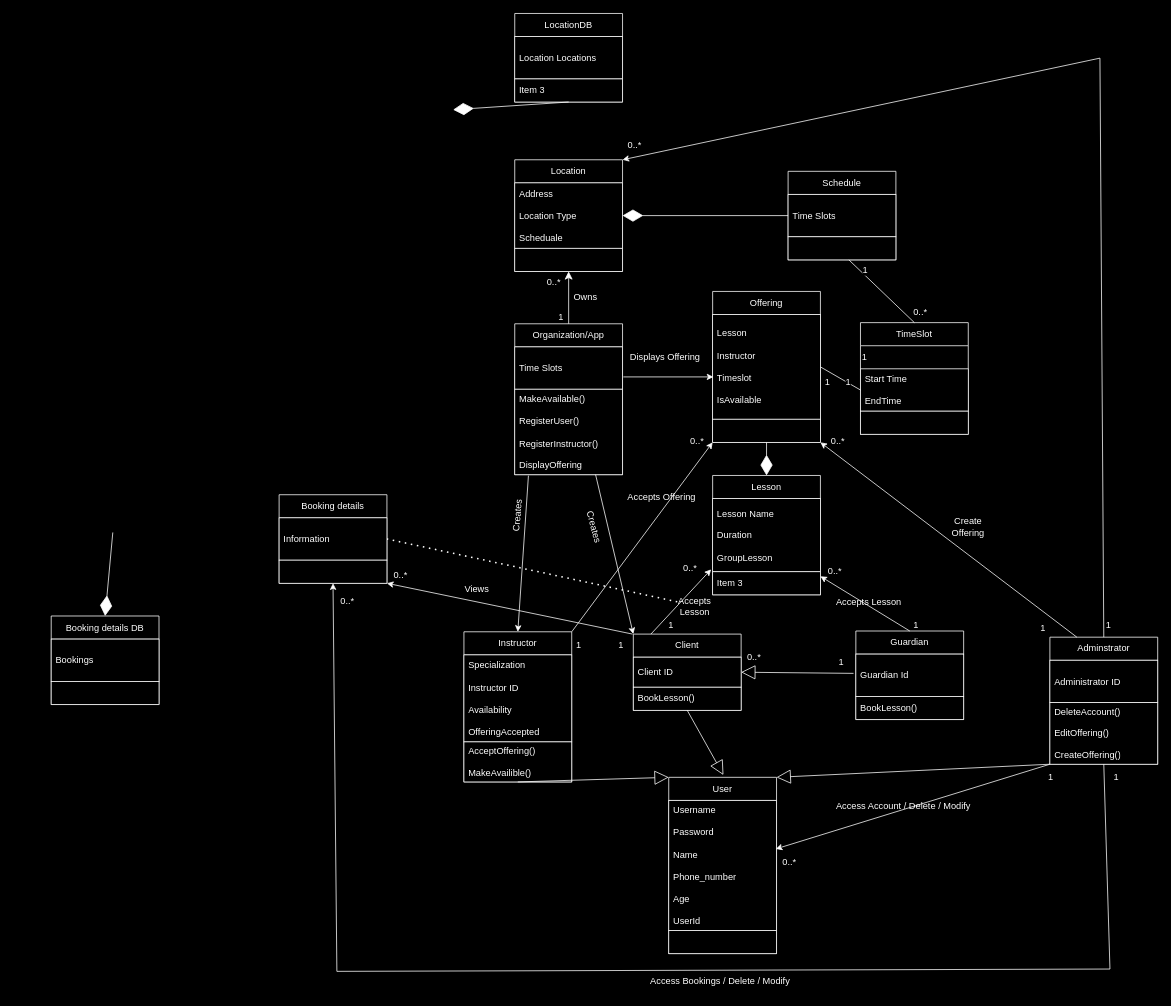
The draw.io diagram Use Case 1/class_diagram.drawio in matdavid7272/342project, before the edit. Source tidied: cells renumbered, new cells numbered last; positions are measured from the earlier drawing's top-left corner, leaving out a move shared by most shapes. Both pictures are drawn from the tidied source at 77%, with x=0, y=0 at pixel (51, 13).
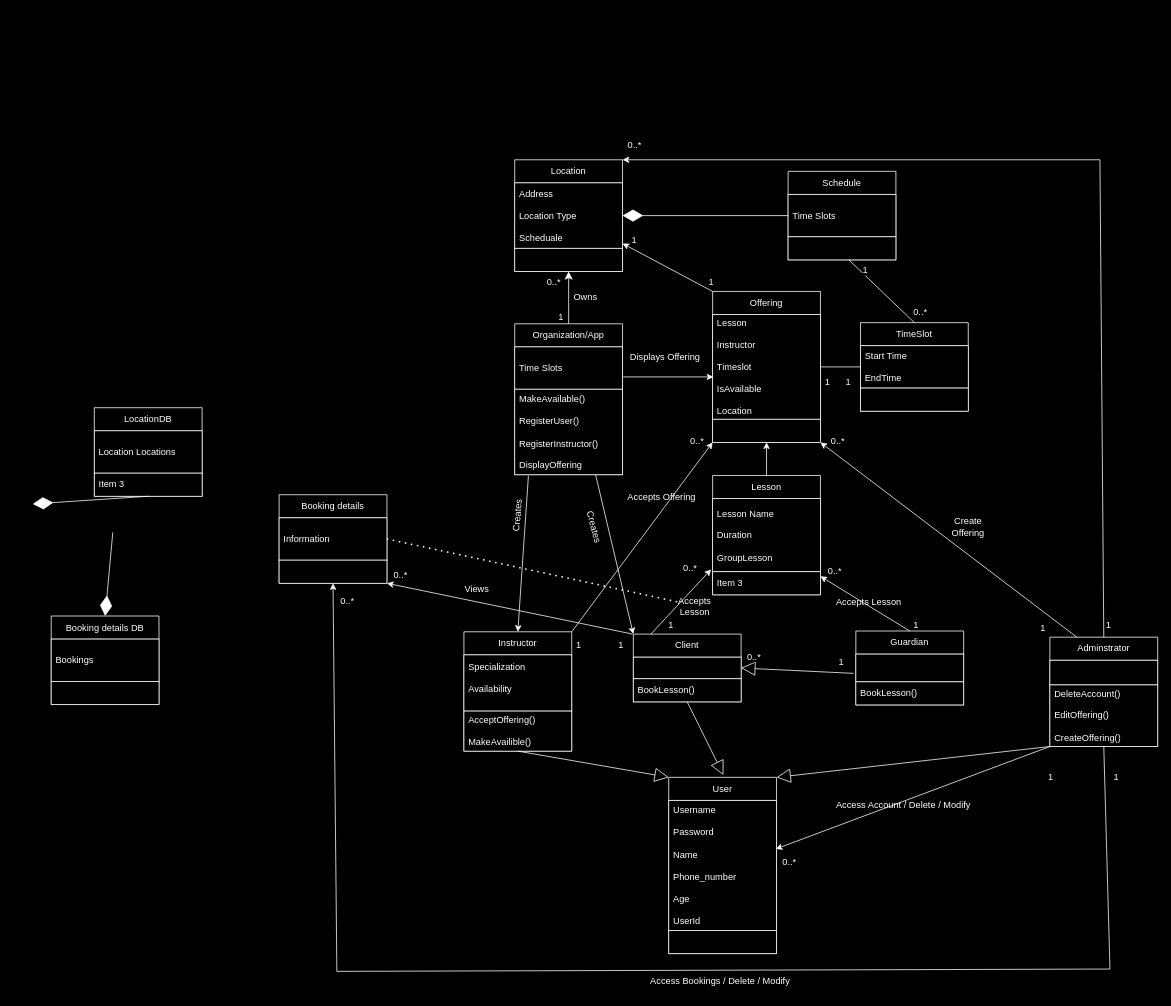
After the change.

Unchanged cells that the change refers to:
```xml
<mxCell id="20" value="&lt;font color=&quot;#ffffff&quot;&gt;Location&lt;/font&gt;" style="swimlane;fontStyle=0;horizontal=1;startSize=30;whiteSpace=wrap;html=1;strokeColor=#FFFFFF;fillColor=#000000;" parent="1" vertex="1">
  <mxGeometry x="602" y="190" width="140" height="145" as="geometry" />
</mxCell>
<mxCell id="41" value="&lt;font color=&quot;#ffffff&quot;&gt;Offering&lt;/font&gt;" style="swimlane;fontStyle=0;horizontal=1;startSize=30;whiteSpace=wrap;html=1;strokeColor=#FFFFFF;fillColor=#000000;" parent="1" vertex="1">
  <mxGeometry x="859" y="361" width="140" height="196" as="geometry" />
</mxCell>
<mxCell id="46" value="&lt;font color=&quot;#ffffff&quot;&gt;Lesson&lt;/font&gt;" style="swimlane;fontStyle=0;horizontal=1;startSize=30;whiteSpace=wrap;html=1;strokeColor=#FFFFFF;fillColor=#000000;" parent="1" vertex="1">
  <mxGeometry x="859" y="600" width="140" height="155" as="geometry" />
</mxCell>
```

Diff of the diagram source:
```diff
@@
     <mxCell id="5" value="&lt;font color=&quot;#ffffff&quot;&gt;Client&lt;/font&gt;" style="swimlane;fontStyle=0;horizontal=1;startSize=30;whiteSpace=wrap;html=1;strokeColor=#FFFFFF;fillColor=#000000;" parent="1" vertex="1">
-      <mxGeometry x="756" y="806" width="140" height="99" as="geometry" />
+      <mxGeometry x="756" y="806" width="140" height="88" as="geometry" />
     </mxCell>
-    <mxCell id="6" value="&lt;font color=&quot;#ffffff&quot;&gt;Client ID&lt;/font&gt;" style="text;strokeColor=#FFFFFF;fillColor=#000000;align=left;verticalAlign=middle;spacingLeft=4;spacingRight=4;overflow=hidden;whiteSpace=wrap;html=1;" parent="5" vertex="1">
-      <mxGeometry y="30" width="140" height="39" as="geometry" />
+    <mxCell id="6" style="text;strokeColor=#FFFFFF;fillColor=#000000;align=left;verticalAlign=middle;spacingLeft=4;spacingRight=4;overflow=hidden;whiteSpace=wrap;html=1;" parent="5" vertex="1">
+      <mxGeometry y="30" width="140" height="28" as="geometry" />
     </mxCell>
     <mxCell id="7" value="&lt;font style=&quot;background-color: rgb(0, 0, 0);&quot; color=&quot;#ffffff&quot;&gt;BookLesson()&lt;/font&gt;" style="text;strokeColor=#FFFFFF;fillColor=#000000;align=left;verticalAlign=middle;spacingLeft=4;spacingRight=4;overflow=hidden;whiteSpace=wrap;html=1;" parent="5" vertex="1">
-      <mxGeometry y="69" width="140" height="30" as="geometry" />
+      <mxGeometry y="58" width="140" height="30" as="geometry" />
     </mxCell>
@@
     <mxCell id="9" value="&lt;font color=&quot;#ffffff&quot;&gt;Instructor&lt;/font&gt;" style="swimlane;fontStyle=0;horizontal=1;startSize=30;whiteSpace=wrap;html=1;strokeColor=#FFFFFF;fillColor=#000000;" parent="1" vertex="1">
-      <mxGeometry x="536" y="803" width="140" height="195" as="geometry" />
+      <mxGeometry x="536" y="803" width="140" height="155" as="geometry" />
     </mxCell>
-    <mxCell id="10" value="&lt;font color=&quot;#ffffff&quot;&gt;Specialization&lt;/font&gt;&lt;div&gt;&lt;font color=&quot;#ffffff&quot;&gt;&lt;br&gt;&lt;/font&gt;&lt;/div&gt;&lt;div&gt;&lt;font color=&quot;#ffffff&quot;&gt;Instructor ID&lt;/font&gt;&lt;/div&gt;&lt;div&gt;&lt;font color=&quot;#ffffff&quot;&gt;&lt;br&gt;&lt;/font&gt;&lt;/div&gt;&lt;div&gt;&lt;font color=&quot;#ffffff&quot;&gt;Availability&lt;/font&gt;&lt;/div&gt;&lt;div&gt;&lt;font color=&quot;#ffffff&quot;&gt;&lt;br&gt;&lt;/font&gt;&lt;/div&gt;&lt;div&gt;&lt;font color=&quot;#ffffff&quot;&gt;OfferingAccepted&lt;/font&gt;&lt;/div&gt;" style="text;strokeColor=#FFFFFF;fillColor=#000000;align=left;verticalAlign=middle;spacingLeft=4;spacingRight=4;overflow=hidden;whiteSpace=wrap;html=1;" parent="9" vertex="1">
-      <mxGeometry y="30" width="140" height="113" as="geometry" />
+    <mxCell id="10" value="&lt;font color=&quot;#ffffff&quot;&gt;Specialization&lt;/font&gt;&lt;div&gt;&lt;font color=&quot;#ffffff&quot;&gt;&lt;br&gt;&lt;/font&gt;&lt;/div&gt;&lt;div&gt;&lt;font color=&quot;#ffffff&quot;&gt;Availability&lt;/font&gt;&lt;/div&gt;&lt;div&gt;&lt;br&gt;&lt;/div&gt;" style="text;strokeColor=#FFFFFF;fillColor=#000000;align=left;verticalAlign=middle;spacingLeft=4;spacingRight=4;overflow=hidden;whiteSpace=wrap;html=1;" parent="9" vertex="1">
+      <mxGeometry y="30" width="140" height="73" as="geometry" />
     </mxCell>
     <mxCell id="11" value="&lt;font style=&quot;background-color: rgb(0, 0, 0);&quot; color=&quot;#ffffff&quot;&gt;AcceptOffering()&lt;/font&gt;&lt;div&gt;&lt;font style=&quot;background-color: rgb(0, 0, 0);&quot; color=&quot;#ffffff&quot;&gt;&lt;br&gt;&lt;/font&gt;&lt;/div&gt;&lt;div&gt;&lt;font style=&quot;background-color: rgb(0, 0, 0);&quot; color=&quot;#ffffff&quot;&gt;MakeAvailible()&lt;/font&gt;&lt;/div&gt;" style="text;strokeColor=#FFFFFF;fillColor=#000000;align=left;verticalAlign=middle;spacingLeft=4;spacingRight=4;overflow=hidden;whiteSpace=wrap;html=1;" parent="9" vertex="1">
-      <mxGeometry y="143" width="140" height="52" as="geometry" />
+      <mxGeometry y="103" width="140" height="52" as="geometry" />
     </mxCell>
@@
     <mxCell id="13" value="&lt;font color=&quot;#ffffff&quot;&gt;Adminstrator&lt;/font&gt;" style="swimlane;fontStyle=0;horizontal=1;startSize=30;whiteSpace=wrap;html=1;strokeColor=#FFFFFF;fillColor=#000000;" parent="1" vertex="1">
-      <mxGeometry x="1297" y="810" width="140" height="165" as="geometry" />
+      <mxGeometry x="1297" y="810" width="140" height="142" as="geometry" />
     </mxCell>
-    <mxCell id="14" value="&lt;font color=&quot;#ffffff&quot;&gt;Administrator ID&lt;/font&gt;" style="text;strokeColor=#FFFFFF;fillColor=#000000;align=left;verticalAlign=middle;spacingLeft=4;spacingRight=4;overflow=hidden;whiteSpace=wrap;html=1;" parent="13" vertex="1">
-      <mxGeometry y="30" width="140" height="55" as="geometry" />
+    <mxCell id="14" style="text;strokeColor=#FFFFFF;fillColor=#000000;align=left;verticalAlign=middle;spacingLeft=4;spacingRight=4;overflow=hidden;whiteSpace=wrap;html=1;" parent="13" vertex="1">
+      <mxGeometry y="30" width="140" height="32" as="geometry" />
     </mxCell>
     <mxCell id="15" value="&lt;font style=&quot;background-color: rgb(0, 0, 0);&quot; color=&quot;#ffffff&quot;&gt;DeleteAccount()&lt;/font&gt;&lt;div&gt;&lt;font style=&quot;background-color: rgb(0, 0, 0);&quot; color=&quot;#ffffff&quot;&gt;&lt;br&gt;&lt;/font&gt;&lt;/div&gt;&lt;div&gt;&lt;font style=&quot;background-color: rgb(0, 0, 0);&quot; color=&quot;#ffffff&quot;&gt;EditOffering()&lt;/font&gt;&lt;/div&gt;&lt;div&gt;&lt;font style=&quot;background-color: rgb(0, 0, 0);&quot; color=&quot;#ffffff&quot;&gt;&lt;br&gt;&lt;/font&gt;&lt;/div&gt;&lt;div&gt;&lt;font style=&quot;background-color: rgb(0, 0, 0);&quot; color=&quot;#ffffff&quot;&gt;CreateOffering()&lt;/font&gt;&lt;/div&gt;" style="text;strokeColor=#FFFFFF;fillColor=#000000;align=left;verticalAlign=middle;spacingLeft=4;spacingRight=4;overflow=hidden;whiteSpace=wrap;html=1;" parent="13" vertex="1">
-      <mxGeometry y="85" width="140" height="80" as="geometry" />
+      <mxGeometry y="62" width="140" height="80" as="geometry" />
     </mxCell>
@@
     <mxCell id="17" value="&lt;font color=&quot;#ffffff&quot;&gt;Guardian&lt;/font&gt;" style="swimlane;fontStyle=0;horizontal=1;startSize=30;whiteSpace=wrap;html=1;strokeColor=#FFFFFF;fillColor=#000000;" parent="1" vertex="1">
-      <mxGeometry x="1045" y="802" width="140" height="115" as="geometry" />
+      <mxGeometry x="1045" y="802" width="140" height="96" as="geometry" />
     </mxCell>
-    <mxCell id="18" value="&lt;font color=&quot;#ffffff&quot;&gt;Guardian Id&lt;/font&gt;" style="text;strokeColor=#FFFFFF;fillColor=#000000;align=left;verticalAlign=middle;spacingLeft=4;spacingRight=4;overflow=hidden;whiteSpace=wrap;html=1;" parent="17" vertex="1">
-      <mxGeometry y="30" width="140" height="55" as="geometry" />
+    <mxCell id="18" style="text;strokeColor=#FFFFFF;fillColor=#000000;align=left;verticalAlign=middle;spacingLeft=4;spacingRight=4;overflow=hidden;whiteSpace=wrap;html=1;" parent="17" vertex="1">
+      <mxGeometry y="30" width="140" height="36" as="geometry" />
     </mxCell>
     <mxCell id="19" value="&lt;span style=&quot;color: rgb(255, 255, 255); background-color: rgb(0, 0, 0);&quot;&gt;BookLesson()&lt;/span&gt;" style="text;strokeColor=#FFFFFF;fillColor=#000000;align=left;verticalAlign=middle;spacingLeft=4;spacingRight=4;overflow=hidden;whiteSpace=wrap;html=1;" parent="17" vertex="1">
-      <mxGeometry y="85" width="140" height="30" as="geometry" />
+      <mxGeometry y="66" width="140" height="30" as="geometry" />
     </mxCell>
@@
     <mxCell id="27" value="&lt;font color=&quot;#ffffff&quot;&gt;LocationDB&lt;/font&gt;" style="swimlane;fontStyle=0;horizontal=1;startSize=30;whiteSpace=wrap;html=1;strokeColor=#FFFFFF;fillColor=#000000;" parent="1" vertex="1">
-      <mxGeometry x="602" width="140" height="115" as="geometry" />
+      <mxGeometry x="56" y="512" width="140" height="115" as="geometry" />
     </mxCell>
@@
     <mxCell id="30" style="endArrow=diamondThin;endFill=1;endSize=24;html=1;rounded=0;strokeColor=#FFFFFF;exitX=0.5;exitY=1;exitDx=0;exitDy=0;" parent="1" edge="1" source="27">
       <mxGeometry relative="1" as="geometry">
-        <mxPoint x="522" y="125" as="targetPoint" />
+        <mxPoint x="-24" y="637" as="targetPoint" />
       </mxGeometry>
     </mxCell>
@@
     <mxCell id="36" value="&lt;font color=&quot;#ffffff&quot;&gt;TimeSlot&lt;/font&gt;" style="swimlane;fontStyle=0;horizontal=1;startSize=30;whiteSpace=wrap;html=1;strokeColor=#FFFFFF;fillColor=#000000;" parent="1" vertex="1">
-      <mxGeometry x="1051" y="401.5" width="140" height="145" as="geometry" />
+      <mxGeometry x="1051" y="401.5" width="140" height="115" as="geometry" />
     </mxCell>
-    <mxCell id="37" value="&lt;font style=&quot;background-color: rgb(0, 0, 0);&quot; color=&quot;#ffffff&quot;&gt;1&lt;/font&gt;" style="text;whiteSpace=wrap;html=1;" parent="36" vertex="1">
-      <mxGeometry y="30" width="140" height="30" as="geometry" />
-    </mxCell>
     <mxCell id="38" value="&lt;font color=&quot;#ffffff&quot;&gt;Start Time&lt;/font&gt;&lt;div&gt;&lt;font color=&quot;#ffffff&quot;&gt;&lt;br&gt;&lt;/font&gt;&lt;/div&gt;&lt;div&gt;&lt;font color=&quot;#ffffff&quot;&gt;EndTime&lt;/font&gt;&lt;/div&gt;" style="text;strokeColor=#FFFFFF;fillColor=#000000;align=left;verticalAlign=middle;spacingLeft=4;spacingRight=4;overflow=hidden;points=[[0,0.5],[1,0.5]];portConstraint=eastwest;whiteSpace=wrap;html=1;" parent="36" vertex="1">
-      <mxGeometry y="60" width="140" height="55" as="geometry" />
+      <mxGeometry y="30" width="140" height="55" as="geometry" />
     </mxCell>
     <mxCell id="39" style="text;strokeColor=#FFFFFF;fillColor=#000000;align=left;verticalAlign=middle;spacingLeft=4;spacingRight=4;overflow=hidden;whiteSpace=wrap;html=1;" parent="36" vertex="1">
-      <mxGeometry y="115" width="140" height="30" as="geometry" />
+      <mxGeometry y="85" width="140" height="30" as="geometry" />
     </mxCell>
@@
-    <mxCell id="42" value="&lt;font color=&quot;#ffffff&quot;&gt;Lesson&lt;/font&gt;&lt;div&gt;&lt;font color=&quot;#ffffff&quot;&gt;&lt;br&gt;&lt;/font&gt;&lt;/div&gt;&lt;div&gt;&lt;font color=&quot;#ffffff&quot;&gt;Instructor&lt;/font&gt;&lt;/div&gt;&lt;div&gt;&lt;font color=&quot;#ffffff&quot;&gt;&lt;br&gt;&lt;/font&gt;&lt;/div&gt;&lt;div&gt;&lt;font color=&quot;#ffffff&quot;&gt;Timeslot&lt;/font&gt;&lt;/div&gt;&lt;div&gt;&lt;font color=&quot;#ffffff&quot;&gt;&lt;br&gt;&lt;/font&gt;&lt;/div&gt;&lt;div&gt;&lt;font color=&quot;#ffffff&quot;&gt;IsAvailable&lt;/font&gt;&lt;/div&gt;" style="text;strokeColor=#FFFFFF;fillColor=#000000;align=left;verticalAlign=middle;spacingLeft=4;spacingRight=4;overflow=hidden;points=[[0,0.5],[1,0.5]];portConstraint=eastwest;whiteSpace=wrap;html=1;" parent="41" vertex="1">
+    <mxCell id="42" value="&lt;font color=&quot;#ffffff&quot;&gt;Lesson&lt;/font&gt;&lt;div&gt;&lt;font color=&quot;#ffffff&quot;&gt;&lt;br&gt;&lt;/font&gt;&lt;/div&gt;&lt;div&gt;&lt;font color=&quot;#ffffff&quot;&gt;Instructor&lt;/font&gt;&lt;/div&gt;&lt;div&gt;&lt;font color=&quot;#ffffff&quot;&gt;&lt;br&gt;&lt;/font&gt;&lt;/div&gt;&lt;div&gt;&lt;font color=&quot;#ffffff&quot;&gt;Timeslot&lt;/font&gt;&lt;/div&gt;&lt;div&gt;&lt;font color=&quot;#ffffff&quot;&gt;&lt;br&gt;&lt;/font&gt;&lt;/div&gt;&lt;div&gt;&lt;font color=&quot;#ffffff&quot;&gt;IsAvailable&lt;/font&gt;&lt;/div&gt;&lt;div&gt;&lt;font color=&quot;#ffffff&quot;&gt;&lt;br&gt;&lt;/font&gt;&lt;/div&gt;&lt;div&gt;&lt;font color=&quot;#ffffff&quot;&gt;Location&lt;/font&gt;&lt;/div&gt;" style="text;strokeColor=#FFFFFF;fillColor=#000000;align=left;verticalAlign=middle;spacingLeft=4;spacingRight=4;overflow=hidden;points=[[0,0.5],[1,0.5]];portConstraint=eastwest;whiteSpace=wrap;html=1;" parent="41" vertex="1">
       <mxGeometry y="30" width="140" height="136" as="geometry" />
     </mxCell>
@@
-    <mxCell id="49" style="endArrow=diamondThin;endFill=1;endSize=24;html=1;rounded=0;strokeColor=#FFFFFF;exitX=0.5;exitY=1;exitDx=0;exitDy=0;" parent="1" edge="1" source="41">
-      <mxGeometry relative="1" as="geometry">
-        <mxPoint x="929" y="600" as="targetPoint" />
-      </mxGeometry>
-    </mxCell>
@@
     <mxCell id="63" style="endArrow=classic;html=1;rounded=0;strokeColor=#FFFFFF;entryX=1;entryY=0;entryDx=0;entryDy=0;exitX=0.5;exitY=0;exitDx=0;exitDy=0;" parent="1" edge="1" source="13" target="20">
       <mxGeometry relative="1" as="geometry">
         <Array as="points">
-          <mxPoint x="1362" y="58" />
+          <mxPoint x="1362" y="190" />
         </Array>
       </mxGeometry>
     </mxCell>
@@
+    <mxCell id="103" style="endArrow=classic;html=1;rounded=0;entryX=1;entryY=0.75;entryDx=0;entryDy=0;" parent="1" edge="1" target="20">
+      <mxGeometry relative="1" as="geometry">
+        <mxPoint x="856" y="360" as="sourcePoint" />
+      </mxGeometry>
+    </mxCell>
+    <mxCell id="104" style="endArrow=classic;html=1;rounded=0;strokeColor=#FFFFFF;entryX=1;entryY=0.75;entryDx=0;entryDy=0;exitX=0;exitY=0;exitDx=0;exitDy=0;" parent="1" edge="1" source="41" target="20">
+      <mxGeometry relative="1" as="geometry" />
+    </mxCell>
+    <mxCell id="105" value="&lt;font style=&quot;background-color: rgb(0, 0, 0);&quot; color=&quot;#ffffff&quot;&gt;1&lt;/font&gt;" style="text;whiteSpace=wrap;html=1;" parent="1" vertex="1">
+      <mxGeometry x="852" y="335" width="21" height="30" as="geometry" />
+    </mxCell>
+    <mxCell id="106" value="&lt;font style=&quot;background-color: rgb(0, 0, 0);&quot; color=&quot;#ffffff&quot;&gt;1&lt;/font&gt;" style="text;whiteSpace=wrap;html=1;" parent="1" vertex="1">
+      <mxGeometry x="752" y="280" width="21" height="30" as="geometry" />
+    </mxCell>
+    <mxCell id="107" style="endArrow=classic;html=1;rounded=0;strokeColor=#FFFFFF;entryX=0.5;entryY=1;entryDx=0;entryDy=0;exitX=0.5;exitY=0;exitDx=0;exitDy=0;" parent="1" edge="1" source="46" target="41">
+      <mxGeometry relative="1" as="geometry" />
+    </mxCell>
```
